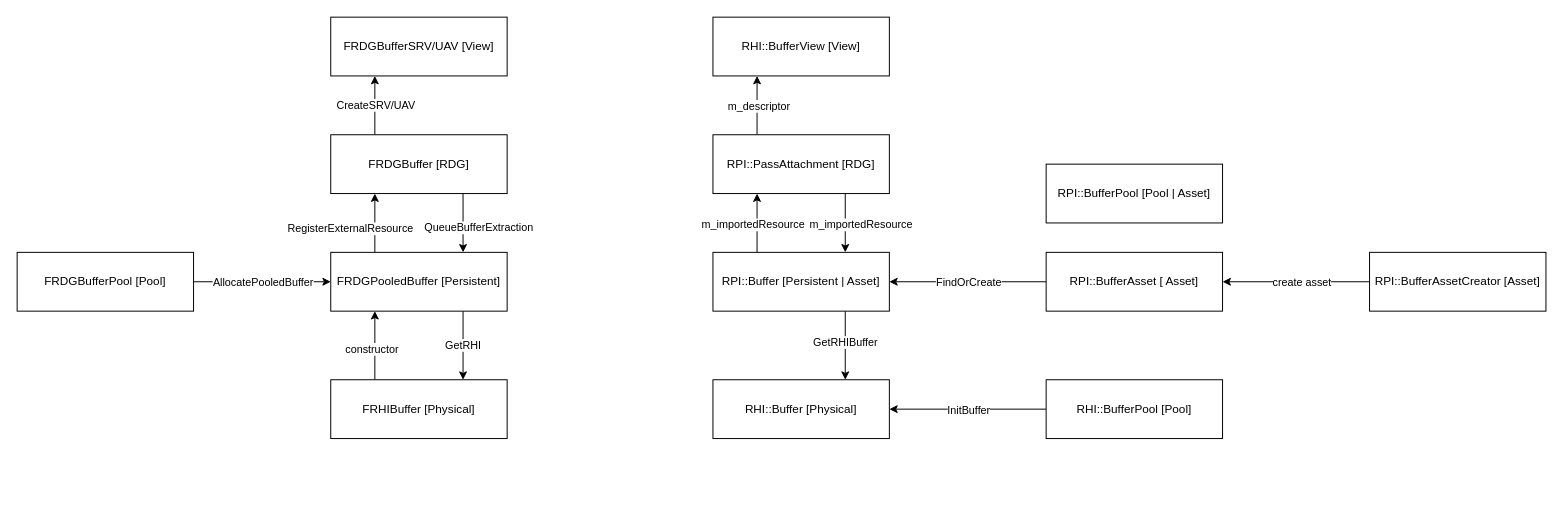
Earlier version of the draw.io diagram Buffer-UE v.s. O3DE.drawio (ychen9712/draw.io.container). Source tidied: cells renumbered, new cells numbered last; positions are measured from the earlier drawing's top-left corner, leaving out a move shared by most shapes. Both pictures are drawn from the tidied source at 98%, with x=0, y=0 at pixel (17, 17).
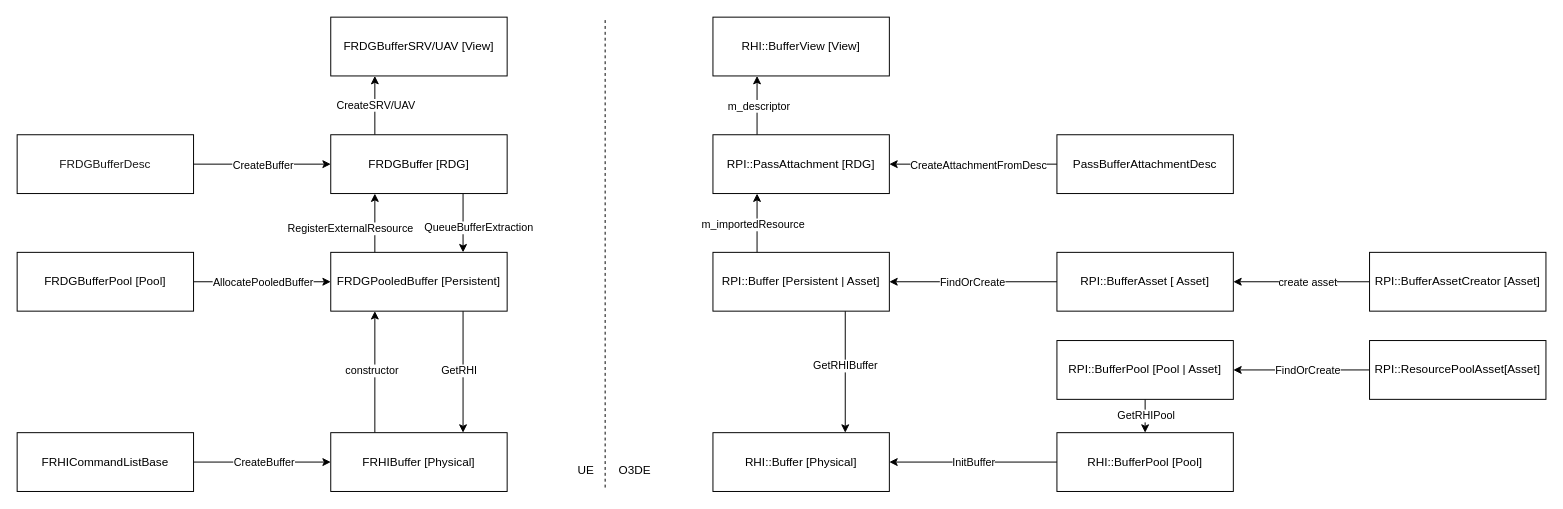
After the change.

The change refers to these unchanged cells:
```xml
<mxCell id="6" value="FRDGBuffer [RDG]" style="rounded=0;whiteSpace=wrap;html=1;" parent="1" vertex="1">
  <mxGeometry x="320" y="120" width="180" height="60" as="geometry" />
</mxCell>
<mxCell id="7" style="edgeStyle=orthogonalEdgeStyle;jettySize=auto;html=1;exitX=0.75;exitY=1;exitDx=0;exitDy=0;entryX=0.75;entryY=0;entryDx=0;entryDy=0;" parent="1" edge="1" source="11" target="14">
  <mxGeometry relative="1" as="geometry" />
</mxCell>
<mxCell id="12" style="edgeStyle=orthogonalEdgeStyle;jettySize=auto;html=1;exitX=0.25;exitY=0;exitDx=0;exitDy=0;entryX=0.25;entryY=1;entryDx=0;entryDy=0;" parent="1" edge="1" source="14" target="11">
  <mxGeometry relative="1" as="geometry" />
</mxCell>
<mxCell id="19" value="RPI::PassAttachment [RDG]" style="rounded=0;whiteSpace=wrap;html=1;" parent="1" vertex="1">
  <mxGeometry x="710" y="120" width="180" height="60" as="geometry" />
</mxCell>
<mxCell id="25" value="RPI::Buffer [Persistent | Asset]" style="rounded=0;whiteSpace=wrap;html=1;" parent="1" vertex="1">
  <mxGeometry x="710" y="240" width="180" height="60" as="geometry" />
</mxCell>
```

The edit, as a diff of the source:
```diff
@@
     <mxCell id="8" value="GetRHI" style="edgeLabel;html=1;align=center;verticalAlign=middle;" parent="7" vertex="1">
-      <mxGeometry x="-0.04" y="-1" relative="1" as="geometry" />
+      <mxGeometry x="-0.04" y="-1" relative="1" as="geometry">
+        <mxPoint x="-4" as="offset" />
+      </mxGeometry>
     </mxCell>
@@
     <mxCell id="13" value="constructor" style="edgeLabel;html=1;align=center;verticalAlign=middle;" parent="12" vertex="1">
-      <mxGeometry x="-0.08" y="3" relative="1" as="geometry" />
+      <mxGeometry x="-0.08" y="3" relative="1" as="geometry">
+        <mxPoint y="-7" as="offset" />
+      </mxGeometry>
     </mxCell>
     <mxCell id="14" value="FRHIBuffer [Physical]" style="rounded=0;whiteSpace=wrap;html=1;" parent="1" vertex="1">
-      <mxGeometry x="320" y="370" width="180" height="60" as="geometry" />
+      <mxGeometry x="320" y="424" width="180" height="60" as="geometry" />
     </mxCell>
@@
-    <mxCell id="17" style="edgeStyle=orthogonalEdgeStyle;jettySize=auto;html=1;exitX=0.75;exitY=1;exitDx=0;exitDy=0;entryX=0.75;entryY=0;entryDx=0;entryDy=0;" parent="1" edge="1" source="19" target="25">
-      <mxGeometry relative="1" as="geometry" />
-    </mxCell>
-    <mxCell id="18" value="m_importedResource" style="edgeLabel;html=1;align=center;verticalAlign=middle;" parent="17" vertex="1">
-      <mxGeometry x="0.02" y="2" relative="1" as="geometry">
-        <mxPoint x="13" as="offset" />
-      </mxGeometry>
-    </mxCell>
@@
     <mxCell id="20" value="RHI::Buffer [Physical]" style="rounded=0;whiteSpace=wrap;html=1;" parent="1" vertex="1">
-      <mxGeometry x="710" y="370" width="180" height="60" as="geometry" />
+      <mxGeometry x="710" y="424" width="180" height="60" as="geometry" />
     </mxCell>
@@
+    <mxCell id="41" style="edgeStyle=orthogonalEdgeStyle;rounded=0;jettySize=auto;html=1;exitX=0.5;exitY=1;exitDx=0;exitDy=0;entryX=0.5;entryY=0;entryDx=0;entryDy=0;" parent="1" edge="1" source="31" target="34">
+      <mxGeometry relative="1" as="geometry" />
+    </mxCell>
+    <mxCell id="42" value="GetRHIPool" style="edgeLabel;html=1;align=center;verticalAlign=middle;" parent="41" vertex="1">
+      <mxGeometry x="-0.04" relative="1" as="geometry" />
+    </mxCell>
     <mxCell id="31" value="RPI::BufferPool [Pool | Asset]" style="rounded=0;whiteSpace=wrap;html=1;" parent="1" vertex="1">
-      <mxGeometry x="1050" y="150" width="180" height="60" as="geometry" />
+      <mxGeometry x="1061" y="330" width="180" height="60" as="geometry" />
     </mxCell>
@@
     <mxCell id="34" value="RHI::BufferPool [Pool]" style="rounded=0;whiteSpace=wrap;html=1;" parent="1" vertex="1">
-      <mxGeometry x="1050" y="370" width="180" height="60" as="geometry" />
+      <mxGeometry x="1061" y="424" width="180" height="60" as="geometry" />
     </mxCell>
@@
     <mxCell id="37" value="RPI::BufferAsset [ Asset]" style="rounded=0;whiteSpace=wrap;html=1;" parent="1" vertex="1">
-      <mxGeometry x="1050" y="240" width="180" height="60" as="geometry" />
+      <mxGeometry x="1061" y="240" width="180" height="60" as="geometry" />
     </mxCell>
@@
+    <mxCell id="43" style="edgeStyle=orthogonalEdgeStyle;rounded=0;jettySize=auto;html=1;exitX=0;exitY=0.5;exitDx=0;exitDy=0;entryX=1;entryY=0.5;entryDx=0;entryDy=0;" parent="1" edge="1" source="45" target="31">
+      <mxGeometry relative="1" as="geometry" />
+    </mxCell>
+    <mxCell id="44" value="FindOrCreate" style="edgeLabel;html=1;align=center;verticalAlign=middle;" parent="43" vertex="1">
+      <mxGeometry x="-0.02" y="-2" relative="1" as="geometry">
+        <mxPoint x="4" y="2" as="offset" />
+      </mxGeometry>
+    </mxCell>
+    <mxCell id="45" value="RPI::ResourcePoolAsset[Asset]" style="rounded=0;whiteSpace=wrap;html=1;" parent="1" vertex="1">
+      <mxGeometry x="1380" y="330" width="180" height="60" as="geometry" />
+    </mxCell>
+    <mxCell id="46" style="edgeStyle=orthogonalEdgeStyle;rounded=0;jettySize=auto;html=1;entryX=0;entryY=0.5;entryDx=0;entryDy=0;" parent="1" edge="1" source="48" target="6">
+      <mxGeometry relative="1" as="geometry" />
+    </mxCell>
+    <mxCell id="47" value="CreateBuffer" style="edgeLabel;html=1;align=center;verticalAlign=middle;" parent="46" vertex="1">
+      <mxGeometry x="-0.11" y="1" relative="1" as="geometry">
+        <mxPoint x="8" y="1" as="offset" />
+      </mxGeometry>
+    </mxCell>
+    <mxCell id="48" value="&lt;span style=&quot;color: rgba(0, 0, 0, 0.9); text-align: start; white-space: pre; background-color: rgb(255, 255, 255);&quot;&gt;&lt;font face=&quot;Helvetica&quot;&gt;FRDGBufferDesc&lt;/font&gt;&lt;/span&gt;" style="rounded=0;whiteSpace=wrap;html=1;" parent="1" vertex="1">
+      <mxGeometry y="120" width="180" height="60" as="geometry" />
+    </mxCell>
+    <mxCell id="49" style="edgeStyle=orthogonalEdgeStyle;rounded=0;jettySize=auto;html=1;exitX=1;exitY=0.5;exitDx=0;exitDy=0;entryX=0;entryY=0.5;entryDx=0;entryDy=0;" parent="1" edge="1" source="51" target="14">
+      <mxGeometry relative="1" as="geometry" />
+    </mxCell>
+    <mxCell id="50" value="CreateBuffer" style="edgeLabel;html=1;align=center;verticalAlign=middle;" parent="49" vertex="1">
+      <mxGeometry x="-0.15" y="-1" relative="1" as="geometry">
+        <mxPoint x="11" y="-1" as="offset" />
+      </mxGeometry>
+    </mxCell>
+    <mxCell id="51" value="FRHICommandListBase" style="rounded=0;whiteSpace=wrap;html=1;" parent="1" vertex="1">
+      <mxGeometry y="424" width="180" height="60" as="geometry" />
+    </mxCell>
+    <mxCell id="52" style="edgeStyle=orthogonalEdgeStyle;rounded=0;jettySize=auto;html=1;entryX=1;entryY=0.5;entryDx=0;entryDy=0;" parent="1" edge="1" source="54" target="19">
+      <mxGeometry relative="1" as="geometry" />
+    </mxCell>
+    <mxCell id="53" value="CreateAttachmentFromDesc" style="edgeLabel;html=1;align=center;verticalAlign=middle;" parent="52" vertex="1">
+      <mxGeometry x="0.25" y="1" relative="1" as="geometry">
+        <mxPoint x="26" y="-1" as="offset" />
+      </mxGeometry>
+    </mxCell>
+    <mxCell id="54" value="PassBufferAttachmentDesc" style="rounded=0;whiteSpace=wrap;html=1;" parent="1" vertex="1">
+      <mxGeometry x="1061" y="120" width="180" height="60" as="geometry" />
+    </mxCell>
+    <mxCell id="55" style="endArrow=none;dashed=1;html=1;rounded=0;" parent="1" edge="1">
+      <mxGeometry relative="1" as="geometry">
+        <mxPoint x="600" y="480" as="sourcePoint" />
+        <mxPoint x="600" as="targetPoint" />
+      </mxGeometry>
+    </mxCell>
+    <mxCell id="56" value="UE" style="text;html=1;align=center;verticalAlign=middle;strokeColor=none;fillColor=none;" parent="1" vertex="1">
+      <mxGeometry x="560" y="448" width="40" height="30" as="geometry" />
+    </mxCell>
+    <mxCell id="57" value="O3DE" style="text;html=1;align=center;verticalAlign=middle;strokeColor=none;fillColor=none;" parent="1" vertex="1">
+      <mxGeometry x="600" y="448" width="60" height="30" as="geometry" />
+    </mxCell>
```
